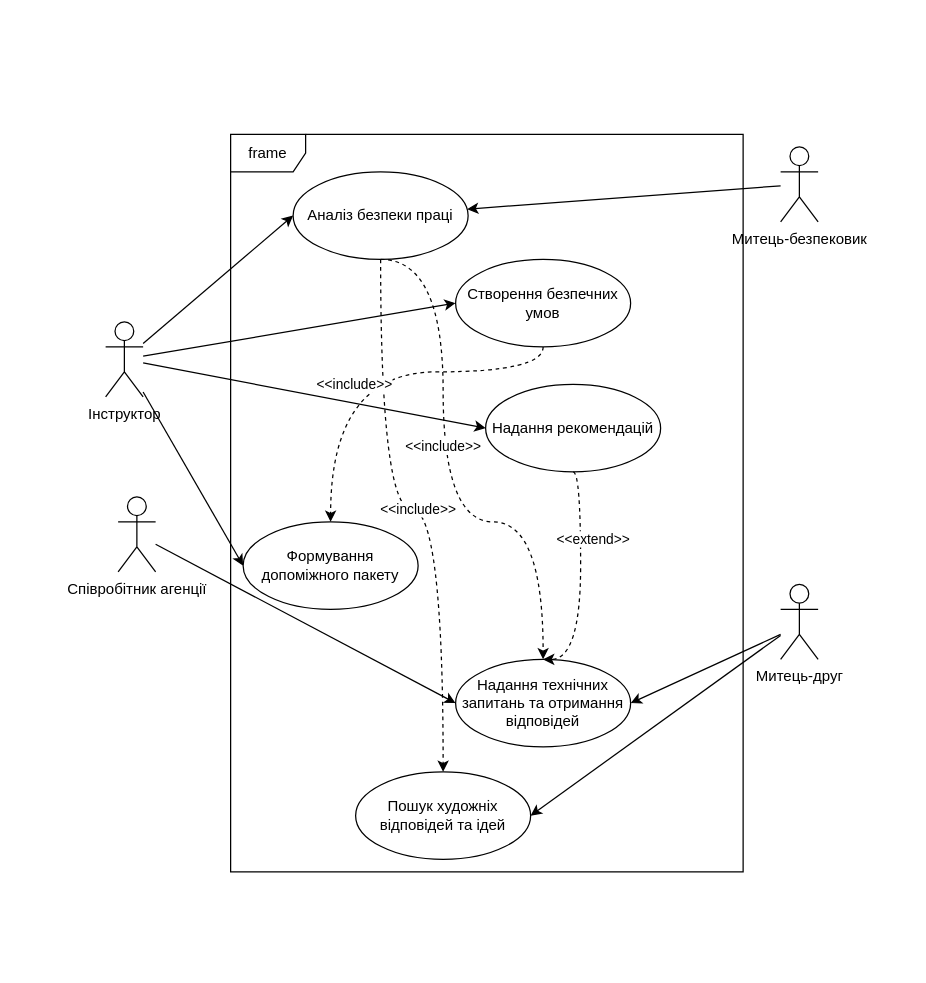
The draw.io diagram 1-SoftwareRequirements/1.3-SoftwareUserRequirements/1.3.3-UseCaseDiagram/uml.drawio in oleksandrblazhko/ai-214-kirlan, before the edit. Source tidied: cells renumbered, new cells numbered last; positions are measured from the earlier drawing's top-left corner, leaving out a move shared by most shapes. Both pictures are drawn from the tidied source at 125%, with x=0, y=0 at pixel (105, 134).
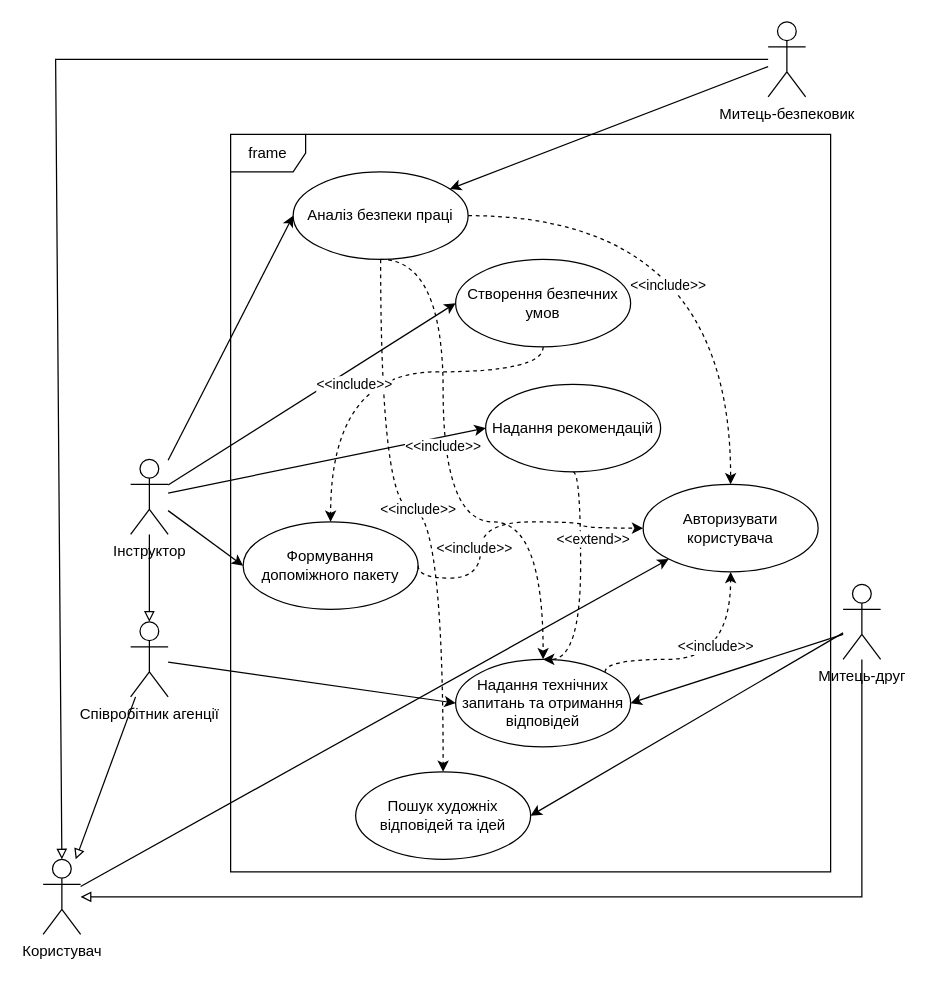
The same diagram, later.

Unchanged cells that the change refers to:
```xml
<mxCell id="4" value="Аналіз безпеки праці" style="ellipse;whiteSpace=wrap;html=1;" parent="1" vertex="1">
  <mxGeometry x="150" y="30" width="140" height="70" as="geometry" />
</mxCell>
<mxCell id="9" value="Формування допоміжного пакету" style="ellipse;whiteSpace=wrap;html=1;" parent="1" vertex="1">
  <mxGeometry x="110" y="310" width="140" height="70" as="geometry" />
</mxCell>
<mxCell id="10" value="Надання технічних запитань та отримання відповідей" style="ellipse;whiteSpace=wrap;html=1;" parent="1" vertex="1">
  <mxGeometry x="280" y="420" width="140" height="70" as="geometry" />
</mxCell>
```

What changed in the source:
```diff
@@
     <mxCell id="2" value="frame" style="shape=umlFrame;whiteSpace=wrap;html=1;" parent="1" vertex="1">
-      <mxGeometry x="100" width="410" height="590" as="geometry" />
+      <mxGeometry x="100" width="480" height="590" as="geometry" />
     </mxCell>
     <mxCell id="3" value="Співробітник агенції" style="shape=umlActor;verticalLabelPosition=bottom;verticalAlign=top;html=1;" parent="1" vertex="1">
-      <mxGeometry x="10" y="290" width="30" height="60" as="geometry" />
+      <mxGeometry x="20" y="390" width="30" height="60" as="geometry" />
     </mxCell>
@@
     <mxCell id="6" value="Митець-безпековик" style="shape=umlActor;verticalLabelPosition=bottom;verticalAlign=top;html=1;" parent="1" vertex="1">
-      <mxGeometry x="540" y="10" width="30" height="60" as="geometry" />
+      <mxGeometry x="530" y="-90" width="30" height="60" as="geometry" />
     </mxCell>
     <mxCell id="7" value="Інструктор" style="shape=umlActor;verticalLabelPosition=bottom;verticalAlign=top;html=1;" parent="1" vertex="1">
-      <mxGeometry y="150" width="30" height="60" as="geometry" />
+      <mxGeometry x="20" y="260" width="30" height="60" as="geometry" />
     </mxCell>
@@
     <mxCell id="12" value="Митець-друг" style="shape=umlActor;verticalLabelPosition=bottom;verticalAlign=top;html=1;" parent="1" vertex="1">
-      <mxGeometry x="540" y="360" width="30" height="60" as="geometry" />
+      <mxGeometry x="590" y="360" width="30" height="60" as="geometry" />
     </mxCell>
@@
     <mxCell id="18" style="endArrow=classic;html=1;rounded=0;entryX=1;entryY=0.5;entryDx=0;entryDy=0;" parent="1" edge="1" target="10">
       <mxGeometry relative="1" as="geometry">
-        <mxPoint x="540" y="400" as="sourcePoint" />
+        <mxPoint x="590" y="400" as="sourcePoint" />
       </mxGeometry>
     </mxCell>
@@
+    <mxCell id="25" value="Користувач" style="shape=umlActor;verticalLabelPosition=bottom;verticalAlign=top;html=1;" parent="1" vertex="1">
+      <mxGeometry x="-50" y="580" width="30" height="60" as="geometry" />
+    </mxCell>
+    <mxCell id="26" style="endArrow=block;html=1;rounded=0;endFill=0;" parent="1" edge="1" source="7" target="3">
+      <mxGeometry relative="1" as="geometry" />
+    </mxCell>
+    <mxCell id="27" style="endArrow=block;html=1;rounded=0;endFill=0;" parent="1" edge="1" source="3" target="25">
+      <mxGeometry relative="1" as="geometry" />
+    </mxCell>
+    <mxCell id="28" style="endArrow=block;html=1;rounded=0;endFill=0;" parent="1" edge="1" source="12" target="25">
+      <mxGeometry relative="1" as="geometry">
+        <Array as="points">
+          <mxPoint x="605" y="610" />
+        </Array>
+      </mxGeometry>
+    </mxCell>
+    <mxCell id="29" style="endArrow=block;html=1;rounded=0;endFill=0;entryX=0.5;entryY=0;entryDx=0;entryDy=0;entryPerimeter=0;" parent="1" edge="1" source="6" target="25">
+      <mxGeometry relative="1" as="geometry">
+        <Array as="points">
+          <mxPoint x="-40" y="-60" />
+        </Array>
+      </mxGeometry>
+    </mxCell>
+    <mxCell id="30" value="Авторизувати користувача" style="ellipse;whiteSpace=wrap;html=1;" parent="1" vertex="1">
+      <mxGeometry x="430" y="280" width="140" height="70" as="geometry" />
+    </mxCell>
+    <mxCell id="31" style="endArrow=classic;html=1;rounded=0;entryX=0;entryY=1;entryDx=0;entryDy=0;" parent="1" edge="1" source="25" target="30">
+      <mxGeometry relative="1" as="geometry" />
+    </mxCell>
+    <mxCell id="32" value="&amp;lt;&amp;lt;include&amp;gt;&amp;gt;" style="endArrow=classic;dashed=1;html=1;rounded=0;startArrow=none;startFill=0;endFill=1;edgeStyle=orthogonalEdgeStyle;curved=1;exitX=1;exitY=0.5;exitDx=0;exitDy=0;entryX=0.5;entryY=0;entryDx=0;entryDy=0;" parent="1" edge="1" source="4" target="30">
+      <mxGeometry x="0.25" y="-50" relative="1" as="geometry" />
+    </mxCell>
+    <mxCell id="33" value="&amp;lt;&amp;lt;include&amp;gt;&amp;gt;" style="endArrow=classic;dashed=1;html=1;rounded=0;entryX=0.5;entryY=1;entryDx=0;entryDy=0;startArrow=none;startFill=0;endFill=1;edgeStyle=orthogonalEdgeStyle;curved=1;exitX=1;exitY=0;exitDx=0;exitDy=0;" parent="1" edge="1" source="10" target="30">
+      <mxGeometry x="0.1" y="10" relative="1" as="geometry">
+        <Array as="points">
+          <mxPoint x="400" y="420" />
+          <mxPoint x="500" y="420" />
+        </Array>
+      </mxGeometry>
+    </mxCell>
+    <mxCell id="34" value="&amp;lt;&amp;lt;include&amp;gt;&amp;gt;" style="endArrow=classic;dashed=1;html=1;rounded=0;entryX=0;entryY=0.5;entryDx=0;entryDy=0;startArrow=none;startFill=0;endFill=1;edgeStyle=orthogonalEdgeStyle;curved=1;exitX=1;exitY=0.5;exitDx=0;exitDy=0;" parent="1" edge="1" source="9" target="30">
+      <mxGeometry x="-0.3" y="5" relative="1" as="geometry">
+        <Array as="points">
+          <mxPoint x="250" y="355" />
+          <mxPoint x="300" y="355" />
+          <mxPoint x="300" y="310" />
+          <mxPoint x="381" y="310" />
+          <mxPoint x="381" y="315" />
+        </Array>
+      </mxGeometry>
+    </mxCell>
```
